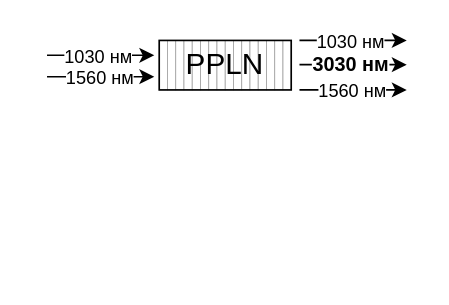
This is Presentation/images/ppln.drawio from 3dsoundfromtagan/Russian-Phd-LaTeX-Dissertation-Template, a draw.io file, before an edit. Source tidied: cells renumbered, new cells numbered last; positions are measured from the earlier drawing's top-left corner, leaving out a move shared by most shapes. Both pictures are drawn from the tidied source at 165%, with x=0, y=0 at pixel (46, 40).
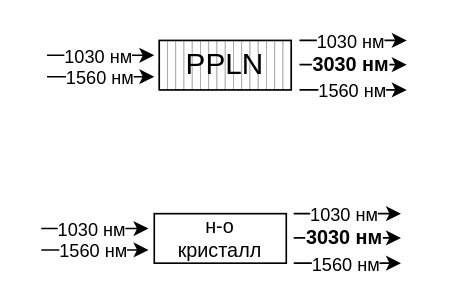
Above is the later version.

Diff of the diagram source:
```diff
@@
+    <mxCell id="29" style="endArrow=classic;html=1;rounded=0;" parent="1" edge="1">
+      <mxGeometry relative="1" as="geometry">
+        <mxPoint x="149.5" y="105" as="sourcePoint" />
+        <mxPoint x="214.5" y="105" as="targetPoint" />
+      </mxGeometry>
+    </mxCell>
+    <mxCell id="30" value="1030 нм" style="edgeLabel;html=1;align=center;verticalAlign=middle;" parent="29" vertex="1">
+      <mxGeometry x="0.1" y="2" relative="1" as="geometry">
+        <mxPoint x="-6" y="2" as="offset" />
+      </mxGeometry>
+    </mxCell>
+    <mxCell id="31" style="endArrow=classic;html=1;rounded=0;fontSize=15;" parent="1" edge="1">
+      <mxGeometry relative="1" as="geometry">
+        <mxPoint x="149.5" y="119.7" as="sourcePoint" />
+        <mxPoint x="214.5" y="119.7" as="targetPoint" />
+      </mxGeometry>
+    </mxCell>
+    <mxCell id="32" value="&lt;b&gt;&lt;font style=&quot;font-size: 12px;&quot;&gt;3030 нм&lt;/font&gt;&lt;/b&gt;" style="edgeLabel;html=1;align=center;verticalAlign=middle;" parent="31" vertex="1">
+      <mxGeometry x="0.1" y="2" relative="1" as="geometry">
+        <mxPoint x="-6" y="2" as="offset" />
+      </mxGeometry>
+    </mxCell>
+    <mxCell id="33" style="endArrow=classic;html=1;rounded=0;" parent="1" edge="1">
+      <mxGeometry relative="1" as="geometry">
+        <mxPoint x="149.5" y="135" as="sourcePoint" />
+        <mxPoint x="214.5" y="135" as="targetPoint" />
+      </mxGeometry>
+    </mxCell>
+    <mxCell id="34" value="1560 нм" style="edgeLabel;html=1;align=center;verticalAlign=middle;" parent="33" vertex="1">
+      <mxGeometry x="0.31" y="-1" relative="1" as="geometry">
+        <mxPoint x="-12" y="-1" as="offset" />
+      </mxGeometry>
+    </mxCell>
+    <mxCell id="35" value="н-о&lt;div&gt;кристалл&lt;/div&gt;" style="rounded=0;whiteSpace=wrap;html=1;fillColor=none;" parent="1" vertex="1">
+      <mxGeometry x="65" y="105" width="80" height="30" as="geometry" />
+    </mxCell>
+    <mxCell id="36" style="endArrow=classic;html=1;rounded=0;" parent="1" edge="1">
+      <mxGeometry relative="1" as="geometry">
+        <mxPoint x="-3.5" y="114" as="sourcePoint" />
+        <mxPoint x="61.5" y="114" as="targetPoint" />
+      </mxGeometry>
+    </mxCell>
+    <mxCell id="37" value="1030 нм" style="edgeLabel;html=1;align=center;verticalAlign=middle;" parent="36" vertex="1">
+      <mxGeometry x="0.1" y="2" relative="1" as="geometry">
+        <mxPoint x="-6" y="2" as="offset" />
+      </mxGeometry>
+    </mxCell>
+    <mxCell id="38" style="endArrow=classic;html=1;rounded=0;" parent="1" edge="1">
+      <mxGeometry relative="1" as="geometry">
+        <mxPoint x="-3.5" y="127" as="sourcePoint" />
+        <mxPoint x="61.5" y="127" as="targetPoint" />
+      </mxGeometry>
+    </mxCell>
+    <mxCell id="39" value="1560 нм" style="edgeLabel;html=1;align=center;verticalAlign=middle;" parent="38" vertex="1">
+      <mxGeometry x="0.31" y="-1" relative="1" as="geometry">
+        <mxPoint x="-12" y="-1" as="offset" />
+      </mxGeometry>
+    </mxCell>
```
